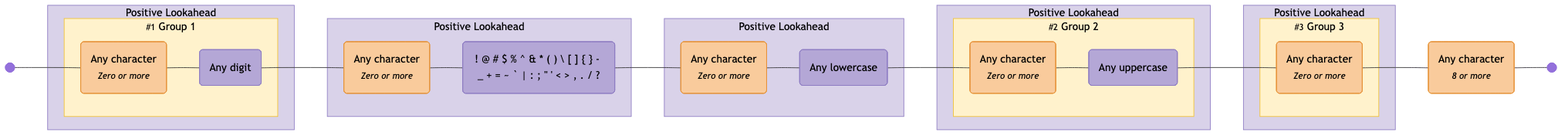
Above: diagrams/password-requirements.mermaid-diagram.png in tayles/regex-to-mermaid (Mermaid), before the change. Its source is kept beside it as diagrams/password-requirements.mermaid.
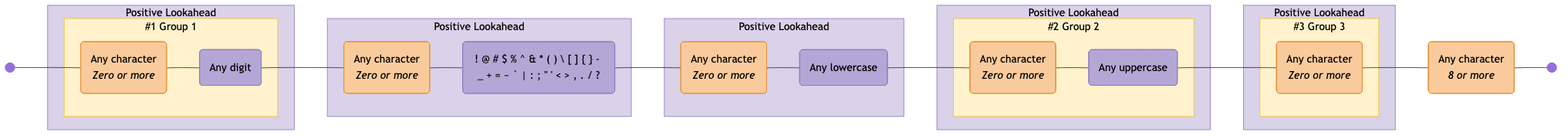
After the change.

Diff of the diagram source:
```diff
@@ -4,18 +4,18 @@
 
   start@{ shape: f-circ };
   fin@{ shape: f-circ };
-  literal_1("Any character<br><i><small>Zero or more</small></i>"):::literal;
+  literal_1("Any character<br><i>Zero or more</i>"):::literal;
   char_class_1("Any digit"):::char-class;
-  literal_2("Any character<br><i><small>Zero or more</small></i>"):::literal;
+  literal_2("Any character<br><i>Zero or more</i>"):::literal;
   char_class_2("! @ # $ % ^ & * ( ) \ [ ] { } - _ + = ~ ` | : ; #quot; ' < > , . / ?"):::char-class;
-  literal_3("Any character<br><i><small>Zero or more</small></i>"):::literal;
+  literal_3("Any character<br><i>Zero or more</i>"):::literal;
   char_class_3("Any lowercase"):::char-class;
-  literal_4("Any character<br><i><small>Zero or more</small></i>"):::literal;
+  literal_4("Any character<br><i>Zero or more</i>"):::literal;
   char_class_4("Any uppercase"):::char-class;
-  literal_5("Any character<br><i><small>Zero or more</small></i>"):::literal;
-  literal_6("Any character<br><i><small>8 or more</small></i>"):::literal;
+  literal_5("Any character<br><i>Zero or more</i>"):::literal;
+  literal_6("Any character<br><i>8 or more</i>"):::literal;
 
-  subgraph standard_1 ["<small>#1</small> Group 1"]
+  subgraph standard_1 ["#1 Group 1"]
     literal_1
     char_class_1
   end
@@ -34,7 +34,7 @@
     char_class_3
   end
 
-  subgraph standard_2 ["<small>#2</small> Group 2"]
+  subgraph standard_2 ["#2 Group 2"]
     literal_4
     char_class_4
   end
@@ -43,7 +43,7 @@
     standard_2
   end
 
-  subgraph standard_3 ["<small>#3</small> Group 3"]
+  subgraph standard_3 ["#3 Group 3"]
     literal_5
   end
 
```
